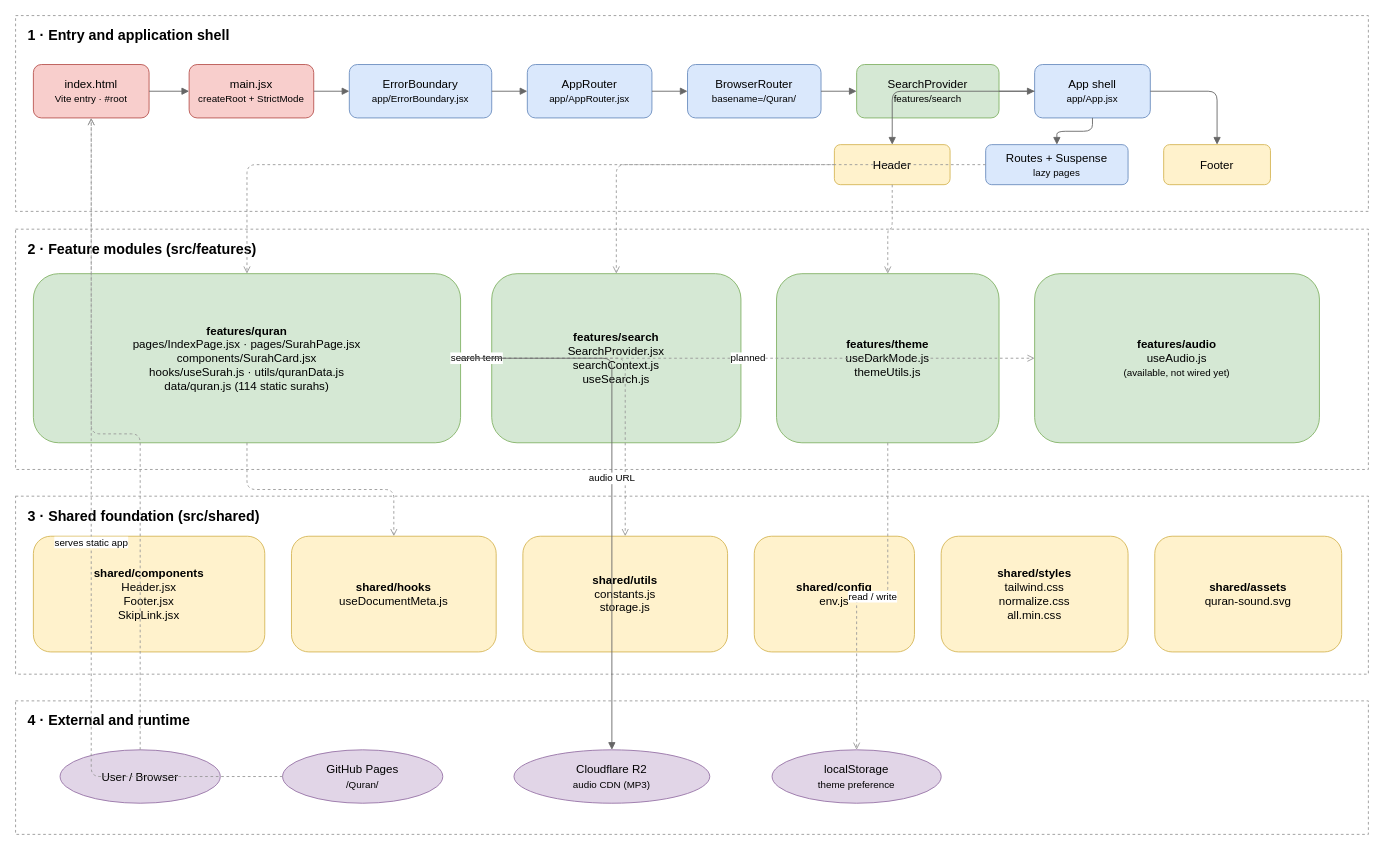
HAMZAELMANZARI/Quran keeps this draw.io diagram as page "1. System Architecture" (1 of 3) of src/plan.drawio. Above is the earlier version. Source tidied: cells renumbered, new cells numbered last; positions are measured from the earlier drawing's top-left corner, leaving out a move shared by most shapes. Both pictures are drawn from the tidied source at 89%, with x=0, y=0 at pixel (15, 15).
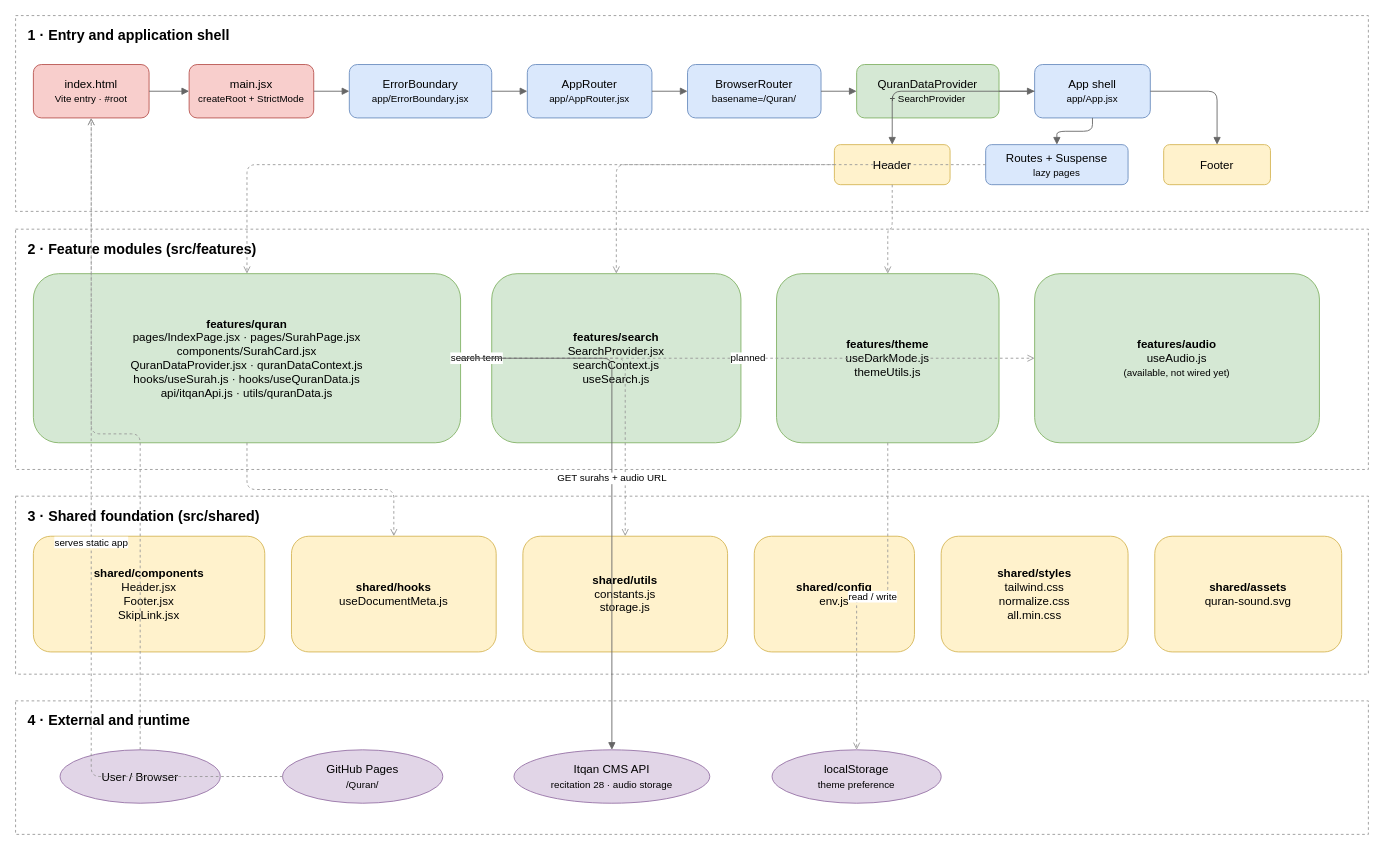
The same page after the edit.

Change to the diagram source:
```diff
@@
-    <mxCell id="8" value="SearchProvider&lt;br&gt;&lt;font style='font-size:11px'&gt;features/search&lt;/font&gt;" style="rounded=1;whiteSpace=wrap;html=1;fillColor=#d5e8d4;strokeColor=#82b366;fontSize=13;" parent="1" vertex="1">
+    <mxCell id="8" value="QuranDataProvider&lt;br&gt;&lt;font style='font-size:11px'&gt;+ SearchProvider&lt;/font&gt;" style="rounded=1;whiteSpace=wrap;html=1;fillColor=#d5e8d4;strokeColor=#82b366;fontSize=13;" parent="1" vertex="1">
       <mxGeometry x="945" y="55" width="160" height="60" as="geometry" />
     </mxCell>
@@
-    <mxCell id="23" value="&lt;b&gt;features/quran&lt;/b&gt;&lt;br&gt;pages/IndexPage.jsx · pages/SurahPage.jsx&lt;br&gt;components/SurahCard.jsx&lt;br&gt;hooks/useSurah.js · utils/quranData.js&lt;br&gt;data/quran.js (114 static surahs)" style="rounded=1;whiteSpace=wrap;html=1;fillColor=#d5e8d4;strokeColor=#82b366;fontSize=13;" parent="1" vertex="1">
+    <mxCell id="23" value="&lt;b&gt;features/quran&lt;/b&gt;&lt;br&gt;pages/IndexPage.jsx · pages/SurahPage.jsx&lt;br&gt;components/SurahCard.jsx&lt;br&gt;QuranDataProvider.jsx · quranDataContext.js&lt;br&gt;hooks/useSurah.js · hooks/useQuranData.js&lt;br&gt;api/itqanApi.js · utils/quranData.js" style="rounded=1;whiteSpace=wrap;html=1;fillColor=#d5e8d4;strokeColor=#82b366;fontSize=13;" parent="1" vertex="1">
       <mxGeometry x="20" y="290" width="480" height="190" as="geometry" />
     </mxCell>
@@
-    <mxCell id="44" value="Cloudflare R2&lt;br&gt;&lt;font style='font-size:11px'&gt;audio CDN (MP3)&lt;/font&gt;" style="ellipse;whiteSpace=wrap;html=1;fillColor=#e1d5e7;strokeColor=#9673a6;fontSize=13;" parent="1" vertex="1">
+    <mxCell id="44" value="Itqan CMS API&lt;br&gt;&lt;font style='font-size:11px'&gt;recitation 28 · audio storage&lt;/font&gt;" style="ellipse;whiteSpace=wrap;html=1;fillColor=#e1d5e7;strokeColor=#9673a6;fontSize=13;" parent="1" vertex="1">
       <mxGeometry x="560" y="825" width="220" height="60" as="geometry" />
     </mxCell>
@@
-    <mxCell id="48" value="audio URL" style="edgeStyle=orthogonalEdgeStyle;rounded=1;html=1;endArrow=block;strokeColor=#666666;fontSize=11;" parent="1" edge="1" source="23" target="44">
+    <mxCell id="48" value="GET surahs + audio URL" style="edgeStyle=orthogonalEdgeStyle;rounded=1;html=1;endArrow=block;strokeColor=#666666;fontSize=11;" parent="1" edge="1" source="23" target="44">
       <mxGeometry relative="1" as="geometry" />
     </mxCell>
```
